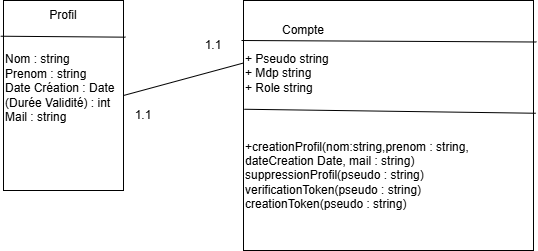
Earlier version of the draw.io export Documents/projetKanbanSql.png (Ray-an2/Kanban-RE). Source tidied: cells renumbered, new cells last; positions are measured from the earlier drawing's top-left corner, leaving out a move shared by most shapes.
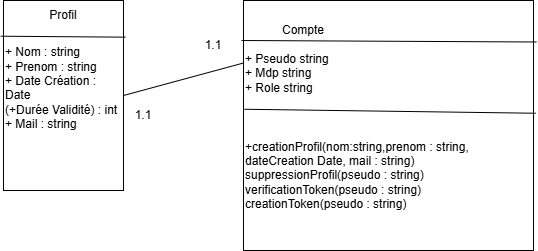
After the change.

Commit message:
Correction UML user 3

What changed in the source:
```diff
@@ -8,7 +8,7 @@
     <mxCell id="3" value="Compte" style="text;html=1;whiteSpace=wrap;strokeColor=none;fillColor=none;align=center;verticalAlign=middle;rounded=0;" parent="1" vertex="1">
       <mxGeometry x="270" y="15" width="60" height="30" as="geometry" />
     </mxCell>
-    <mxCell id="4" value="Nom : string&lt;div&gt;Prenom : string&lt;/div&gt;&lt;div&gt;Date Création : Date&lt;/div&gt;&lt;div&gt;(Durée Validité) : int&lt;/div&gt;&lt;div&gt;Mail : string&lt;/div&gt;&lt;div&gt;&lt;br&gt;&lt;/div&gt;" style="rounded=0;whiteSpace=wrap;html=1;align=left;" parent="1" vertex="1">
+    <mxCell id="4" value="+ Nom : string&lt;div&gt;+ Prenom : string&lt;/div&gt;&lt;div&gt;+ Date Création : Date&lt;/div&gt;&lt;div&gt;(+Durée Validité) : int&lt;/div&gt;&lt;div&gt;+ Mail : string&lt;/div&gt;&lt;div&gt;&lt;br&gt;&lt;/div&gt;" style="rounded=0;whiteSpace=wrap;html=1;align=left;" parent="1" vertex="1">
       <mxGeometry width="120" height="190" as="geometry" />
     </mxCell>
     <mxCell id="5" value="Profil" style="text;html=1;whiteSpace=wrap;strokeColor=none;fillColor=none;align=center;verticalAlign=middle;rounded=0;" parent="1" vertex="1">
```
